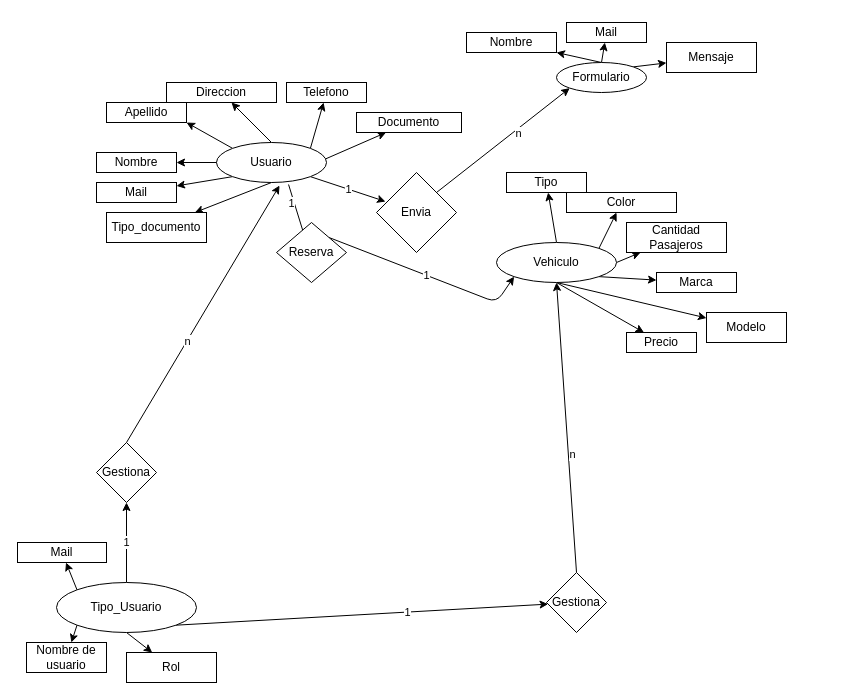
The draw.io diagram Documentacion/Base_Datos/Entidad_relacion.drawio in LorenzoAzanza/asdasd, before the edit. Source tidied: cells renumbered, new cells numbered last; positions are measured from the earlier drawing's top-left corner, leaving out a move shared by most shapes. Both pictures are drawn from the tidied source at 100%, with x=0, y=0 at pixel (17, 22).
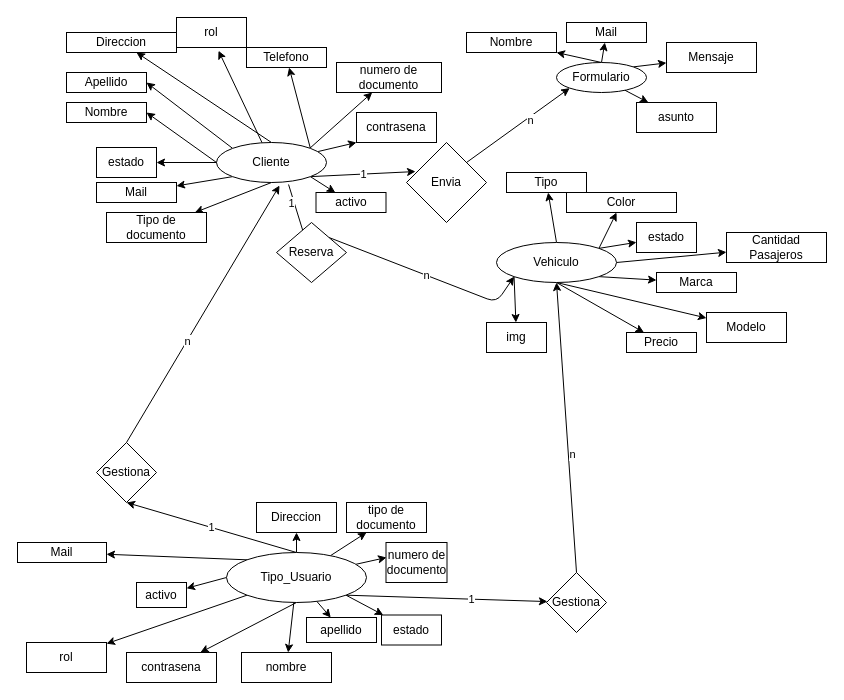
After the change.

The change refers to these unchanged cells:
```xml
<mxCell id="26" value="Vehiculo" style="ellipse;whiteSpace=wrap;html=1;" parent="1" vertex="1">
  <mxGeometry x="479" y="220" width="120" height="40" as="geometry" />
</mxCell>
<mxCell id="34" value="Reserva" style="rhombus;whiteSpace=wrap;html=1;" parent="1" vertex="1">
  <mxGeometry x="259" y="200" width="70" height="60" as="geometry" />
</mxCell>
<mxCell id="38" value="Formulario" style="ellipse;whiteSpace=wrap;html=1;" parent="1" vertex="1">
  <mxGeometry x="539" y="40" width="90" height="30" as="geometry" />
</mxCell>
```

Diff of the diagram source:
```diff
@@
-    <mxCell id="2" style="edgeStyle=none;html=1;exitX=0;exitY=0;exitDx=0;exitDy=0;" parent="1" edge="1" source="11">
-      <mxGeometry relative="1" as="geometry">
-        <mxPoint x="169" y="100" as="targetPoint" />
-      </mxGeometry>
+    <mxCell id="2" style="edgeStyle=none;html=1;exitX=0;exitY=0;exitDx=0;exitDy=0;entryX=1;entryY=0.5;entryDx=0;entryDy=0;" parent="1" edge="1" source="11" target="14">
+      <mxGeometry relative="1" as="geometry" />
     </mxCell>
@@
+    <mxCell id="61" style="edgeStyle=none;html=1;entryX=0;entryY=1;entryDx=0;entryDy=0;" parent="1" edge="1" source="11" target="75">
+      <mxGeometry relative="1" as="geometry" />
+    </mxCell>
+    <mxCell id="62" style="edgeStyle=none;html=1;entryX=0.6;entryY=1.107;entryDx=0;entryDy=0;entryPerimeter=0;" parent="1" edge="1" source="11" target="81">
+      <mxGeometry relative="1" as="geometry" />
+    </mxCell>
+    <mxCell id="63" style="edgeStyle=none;html=1;exitX=0;exitY=0.5;exitDx=0;exitDy=0;" parent="1" edge="1" source="11" target="83">
+      <mxGeometry relative="1" as="geometry" />
+    </mxCell>
+    <mxCell id="64" style="edgeStyle=none;html=1;exitX=1;exitY=1;exitDx=0;exitDy=0;" parent="1" edge="1" source="11" target="86">
+      <mxGeometry relative="1" as="geometry" />
+    </mxCell>
-    <mxCell id="11" value="Usuario" style="ellipse;whiteSpace=wrap;html=1;" parent="1" vertex="1">
+    <mxCell id="11" value="Cliente" style="ellipse;whiteSpace=wrap;html=1;" parent="1" vertex="1">
       <mxGeometry x="199" y="120" width="110" height="40" as="geometry" />
     </mxCell>
-    <mxCell id="12" style="endArrow=classic;html=1;exitX=0;exitY=0.5;exitDx=0;exitDy=0;" parent="1" edge="1" source="11">
-      <mxGeometry relative="1" as="geometry">
-        <mxPoint x="159" y="140" as="targetPoint" />
-      </mxGeometry>
+    <mxCell id="12" style="endArrow=classic;html=1;exitX=0;exitY=0.5;exitDx=0;exitDy=0;entryX=1;entryY=0.5;entryDx=0;entryDy=0;" parent="1" edge="1" source="11" target="13">
+      <mxGeometry relative="1" as="geometry" />
     </mxCell>
     <mxCell id="13" value="Nombre" style="rounded=0;whiteSpace=wrap;html=1;" parent="1" vertex="1">
-      <mxGeometry x="79" y="130" width="80" height="20" as="geometry" />
+      <mxGeometry x="49" y="80" width="80" height="20" as="geometry" />
     </mxCell>
     <mxCell id="14" value="Apellido" style="rounded=0;whiteSpace=wrap;html=1;" parent="1" vertex="1">
-      <mxGeometry x="89" y="80" width="80" height="20" as="geometry" />
+      <mxGeometry x="49" y="50" width="80" height="20" as="geometry" />
     </mxCell>
     <mxCell id="15" value="Direccion" style="rounded=0;whiteSpace=wrap;html=1;" parent="1" vertex="1">
-      <mxGeometry x="149" y="60" width="110" height="20" as="geometry" />
+      <mxGeometry x="49" y="10" width="110" height="20" as="geometry" />
     </mxCell>
     <mxCell id="16" value="Telefono" style="rounded=0;whiteSpace=wrap;html=1;" parent="1" vertex="1">
-      <mxGeometry x="269" y="60" width="80" height="20" as="geometry" />
+      <mxGeometry x="229" y="25" width="80" height="20" as="geometry" />
     </mxCell>
@@
-    <mxCell id="18" value="Tipo_documento" style="rounded=0;whiteSpace=wrap;html=1;" parent="1" vertex="1">
+    <mxCell id="18" value="Tipo de documento" style="rounded=0;whiteSpace=wrap;html=1;" parent="1" vertex="1">
       <mxGeometry x="89" y="190" width="100" height="30" as="geometry" />
     </mxCell>
-    <mxCell id="19" value="Documento" style="rounded=0;whiteSpace=wrap;html=1;" parent="1" vertex="1">
-      <mxGeometry x="339" y="90" width="105" height="20" as="geometry" />
+    <mxCell id="19" value="numero de documento" style="rounded=0;whiteSpace=wrap;html=1;" parent="1" vertex="1">
+      <mxGeometry x="319" y="40" width="105" height="30" as="geometry" />
     </mxCell>
@@
+    <mxCell id="65" style="edgeStyle=none;html=1;exitX=1;exitY=0;exitDx=0;exitDy=0;" parent="1" edge="1" source="26" target="87">
+      <mxGeometry relative="1" as="geometry" />
+    </mxCell>
+    <mxCell id="66" style="edgeStyle=none;html=1;exitX=0;exitY=1;exitDx=0;exitDy=0;" parent="1" edge="1" source="26" target="88">
+      <mxGeometry relative="1" as="geometry" />
+    </mxCell>
@@
     <mxCell id="29" value="Cantidad Pasajeros" style="rounded=0;whiteSpace=wrap;html=1;" parent="1" vertex="1">
-      <mxGeometry x="609" y="200" width="100" height="30" as="geometry" />
+      <mxGeometry x="709" y="210" width="100" height="30" as="geometry" />
     </mxCell>
@@
-    <mxCell id="33" value="1" style="edgeStyle=none;html=1;exitX=1;exitY=0;exitDx=0;exitDy=0;entryX=0;entryY=1;entryDx=0;entryDy=0;" parent="1" edge="1" source="34" target="26">
+    <mxCell id="33" value="n" style="edgeStyle=none;html=1;exitX=1;exitY=0;exitDx=0;exitDy=0;entryX=0;entryY=1;entryDx=0;entryDy=0;" parent="1" edge="1" source="34" target="26">
       <mxGeometry relative="1" as="geometry">
         <Array as="points">
           <mxPoint x="479" y="280" />
         </Array>
       </mxGeometry>
     </mxCell>
@@
+    <mxCell id="67" style="edgeStyle=none;html=1;" parent="1" edge="1" source="38" target="82">
+      <mxGeometry relative="1" as="geometry" />
+    </mxCell>
@@
     <mxCell id="44" value="Envia" style="rhombus;whiteSpace=wrap;html=1;" parent="1" vertex="1">
-      <mxGeometry x="359" y="150" width="80" height="80" as="geometry" />
+      <mxGeometry x="389" y="120" width="80" height="80" as="geometry" />
     </mxCell>
@@
+    <mxCell id="68" style="edgeStyle=none;html=1;" parent="1" edge="1" source="51" target="76">
+      <mxGeometry relative="1" as="geometry" />
+    </mxCell>
+    <mxCell id="69" style="edgeStyle=none;html=1;" parent="1" edge="1" source="51" target="77">
+      <mxGeometry relative="1" as="geometry" />
+    </mxCell>
+    <mxCell id="70" style="edgeStyle=none;html=1;" parent="1" edge="1" source="51" target="78">
+      <mxGeometry relative="1" as="geometry" />
+    </mxCell>
+    <mxCell id="71" style="edgeStyle=none;html=1;entryX=0.25;entryY=1;entryDx=0;entryDy=0;" parent="1" edge="1" source="51" target="79">
+      <mxGeometry relative="1" as="geometry" />
+    </mxCell>
+    <mxCell id="72" style="edgeStyle=none;html=1;" parent="1" edge="1" source="51">
+      <mxGeometry relative="1" as="geometry">
+        <mxPoint x="369" y="535" as="targetPoint" />
+      </mxGeometry>
+    </mxCell>
+    <mxCell id="73" style="edgeStyle=none;html=1;exitX=1;exitY=1;exitDx=0;exitDy=0;" parent="1" edge="1" source="51" target="84">
+      <mxGeometry relative="1" as="geometry" />
+    </mxCell>
+    <mxCell id="74" style="edgeStyle=none;html=1;exitX=0;exitY=0.5;exitDx=0;exitDy=0;" parent="1" edge="1" source="51" target="85">
+      <mxGeometry relative="1" as="geometry" />
+    </mxCell>
     <mxCell id="51" value="Tipo_Usuario" style="ellipse;whiteSpace=wrap;html=1;" parent="1" vertex="1">
-      <mxGeometry x="39" y="560" width="140" height="50" as="geometry" />
+      <mxGeometry x="209" y="530" width="140" height="50" as="geometry" />
     </mxCell>
@@
-    <mxCell id="58" value="Nombre de usuario" style="rounded=0;whiteSpace=wrap;html=1;" parent="1" vertex="1">
+    <mxCell id="58" value="rol" style="rounded=0;whiteSpace=wrap;html=1;" parent="1" vertex="1">
       <mxGeometry x="9" y="620" width="80" height="30" as="geometry" />
     </mxCell>
@@
-    <mxCell id="60" value="Rol" style="rounded=0;whiteSpace=wrap;html=1;" parent="1" vertex="1">
+    <mxCell id="60" value="contrasena" style="rounded=0;whiteSpace=wrap;html=1;" parent="1" vertex="1">
       <mxGeometry x="109" y="630" width="90" height="30" as="geometry" />
     </mxCell>
+    <mxCell id="75" value="contrasena" style="rounded=0;whiteSpace=wrap;html=1;" parent="1" vertex="1">
+      <mxGeometry x="339" y="90" width="80" height="30" as="geometry" />
+    </mxCell>
+    <mxCell id="76" value="nombre" style="rounded=0;whiteSpace=wrap;html=1;" parent="1" vertex="1">
+      <mxGeometry x="224" y="630" width="90" height="30" as="geometry" />
+    </mxCell>
+    <mxCell id="77" value="apellido" style="rounded=0;whiteSpace=wrap;html=1;" parent="1" vertex="1">
+      <mxGeometry x="289" y="595" width="70" height="25" as="geometry" />
+    </mxCell>
+    <mxCell id="78" value="Direccion" style="rounded=0;whiteSpace=wrap;html=1;" parent="1" vertex="1">
+      <mxGeometry x="239" y="480" width="80" height="30" as="geometry" />
+    </mxCell>
+    <mxCell id="79" value="tipo de documento" style="rounded=0;whiteSpace=wrap;html=1;" parent="1" vertex="1">
+      <mxGeometry x="329" y="480" width="80" height="30" as="geometry" />
+    </mxCell>
+    <mxCell id="80" value="numero de documento" style="rounded=0;whiteSpace=wrap;html=1;direction=south;" parent="1" vertex="1">
+      <mxGeometry x="368.5" y="520" width="61" height="40" as="geometry" />
+    </mxCell>
+    <mxCell id="81" value="rol" style="rounded=0;whiteSpace=wrap;html=1;" parent="1" vertex="1">
+      <mxGeometry x="159" y="-5" width="70" height="30" as="geometry" />
+    </mxCell>
+    <mxCell id="82" value="asunto" style="rounded=0;whiteSpace=wrap;html=1;" parent="1" vertex="1">
+      <mxGeometry x="619" y="80" width="80" height="30" as="geometry" />
+    </mxCell>
+    <mxCell id="83" value="estado" style="rounded=0;whiteSpace=wrap;html=1;" parent="1" vertex="1">
+      <mxGeometry x="79" y="125" width="60" height="30" as="geometry" />
+    </mxCell>
+    <mxCell id="84" value="estado" style="rounded=0;whiteSpace=wrap;html=1;" parent="1" vertex="1">
+      <mxGeometry x="364" y="592.5" width="60" height="30" as="geometry" />
+    </mxCell>
+    <mxCell id="85" value="activo" style="rounded=0;whiteSpace=wrap;html=1;" parent="1" vertex="1">
+      <mxGeometry x="119" y="560" width="50" height="25" as="geometry" />
+    </mxCell>
+    <mxCell id="86" value="activo" style="rounded=0;whiteSpace=wrap;html=1;" parent="1" vertex="1">
+      <mxGeometry x="298.5" y="170" width="70" height="20" as="geometry" />
+    </mxCell>
+    <mxCell id="87" value="estado" style="rounded=0;whiteSpace=wrap;html=1;" parent="1" vertex="1">
+      <mxGeometry x="619" y="200" width="60" height="30" as="geometry" />
+    </mxCell>
+    <mxCell id="88" value="img" style="rounded=0;whiteSpace=wrap;html=1;" parent="1" vertex="1">
+      <mxGeometry x="469" y="300" width="60" height="30" as="geometry" />
+    </mxCell>
```
